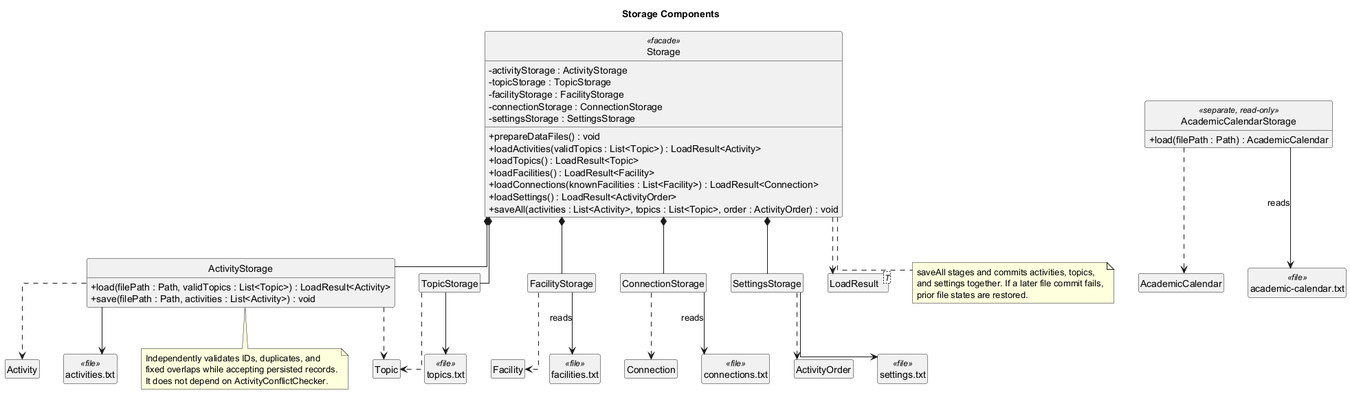
This is docs/diagrams/class/StorageClassDiagram.png from lukelouyu/SelfTeamProject, a PlantUML export, as it was before one commit.
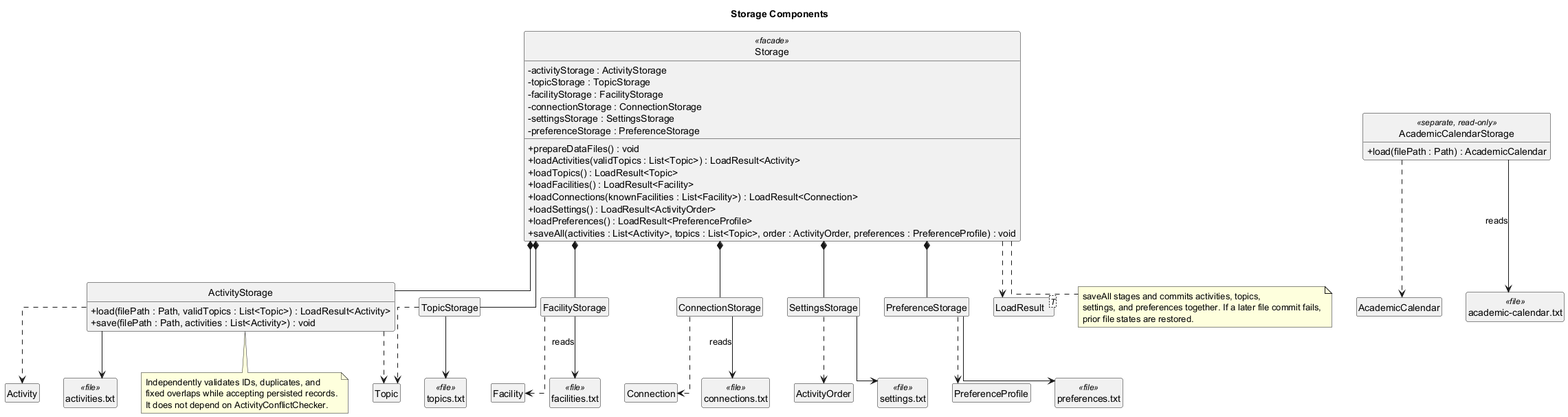
The same diagram one commit later.

Diff of the diagram source:
```diff
@@ -13,13 +13,15 @@
   - facilityStorage : FacilityStorage
   - connectionStorage : ConnectionStorage
   - settingsStorage : SettingsStorage
+  - preferenceStorage : PreferenceStorage
   + prepareDataFiles() : void
   + loadActivities(validTopics : List<Topic>) : LoadResult<Activity>
   + loadTopics() : LoadResult<Topic>
   + loadFacilities() : LoadResult<Facility>
   + loadConnections(knownFacilities : List<Facility>) : LoadResult<Connection>
   + loadSettings() : LoadResult<ActivityOrder>
-  + saveAll(activities : List<Activity>, topics : List<Topic>, order : ActivityOrder) : void
+  + loadPreferences() : LoadResult<PreferenceProfile>
+  + saveAll(activities : List<Activity>, topics : List<Topic>, order : ActivityOrder, preferences : PreferenceProfile) : void
 }
 
 class ActivityStorage {
@@ -30,6 +32,7 @@
 class FacilityStorage
 class ConnectionStorage
 class SettingsStorage
+class PreferenceStorage
 class AcademicCalendarStorage <<separate, read-only>> {
   + load(filePath : Path) : AcademicCalendar
 }
@@ -40,11 +43,13 @@
 class Facility
 class Connection
 enum ActivityOrder
+class PreferenceProfile
 class AcademicCalendar
 
 class "activities.txt" as ActivitiesFile <<file>>
 class "topics.txt" as TopicsFile <<file>>
 class "settings.txt" as SettingsFile <<file>>
+class "preferences.txt" as PreferencesFile <<file>>
 class "facilities.txt" as FacilitiesFile <<file>>
 class "connections.txt" as ConnectionsFile <<file>>
 class "academic-calendar.txt" as CalendarFile <<file>>
@@ -54,6 +59,7 @@
 Storage *-- FacilityStorage
 Storage *-- ConnectionStorage
 Storage *-- SettingsStorage
+Storage *-- PreferenceStorage
 Storage ..> LoadResult
 ActivityStorage ..> Activity
 ActivityStorage ..> Topic
@@ -61,9 +67,11 @@
 FacilityStorage ..> Facility
 ConnectionStorage ..> Connection
 SettingsStorage ..> ActivityOrder
+PreferenceStorage ..> PreferenceProfile
 ActivityStorage --> ActivitiesFile
 TopicStorage --> TopicsFile
 SettingsStorage --> SettingsFile
+PreferenceStorage --> PreferencesFile
 FacilityStorage --> FacilitiesFile : reads
 ConnectionStorage --> ConnectionsFile : reads
 AcademicCalendarStorage --> CalendarFile : reads
@@ -71,7 +79,7 @@
 
 note bottom of Storage
   saveAll stages and commits activities, topics,
-  and settings together. If a later file commit fails,
+  settings, and preferences together. If a later file commit fails,
   prior file states are restored.
 end note
 
```
